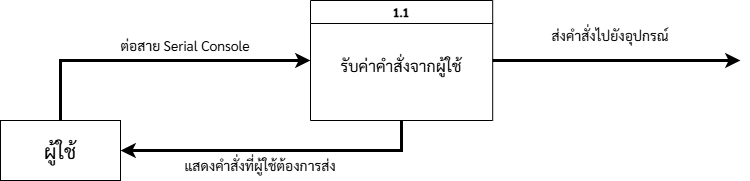
Earlier version of the draw.io export Diagram/DFD/Data Flow Diagram Level 1 - 1.png (Minwatcharakorn/Project-CO-kddi). Source tidied: cells renumbered, new cells last; positions are measured from the earlier drawing's top-left corner, leaving out a move shared by most shapes. Its diagram source:
```xml
<mxGraphModel>
  <root>
    <mxCell id="0" />
    <mxCell id="1" parent="0" />
    <mxCell id="2" style="edgeStyle=orthogonalEdgeStyle;rounded=0;jettySize=auto;html=1;exitX=0.5;exitY=0;exitDx=0;exitDy=0;entryX=0;entryY=0.5;entryDx=0;entryDy=0;fontFamily=Sarabun;fontSource=https%3A%2F%2Ffonts.googleapis.com%2Fcss%3Ffamily%3DSarabun;strokeWidth=3;" parent="1" edge="1" source="8" target="3">
      <mxGeometry relative="1" as="geometry" />
    </mxCell>
    <mxCell id="3" value="1.1" style="swimlane;whiteSpace=wrap;html=1;fontFamily=Sarabun;fontSource=https%3A%2F%2Ffonts.googleapis.com%2Fcss%3Ffamily%3DSarabun;" parent="1" vertex="1">
      <mxGeometry x="310" width="182.2" height="120" as="geometry" />
    </mxCell>
    <mxCell id="4" value="รับค่าคำสั่ง&lt;span style=&quot;background-color: transparent; color: light-dark(rgb(0, 0, 0), rgb(255, 255, 255));&quot;&gt;จากผู้ใช้&lt;/span&gt;" style="text;html=1;align=center;verticalAlign=middle;whiteSpace=wrap;rounded=0;fontFamily=Sarabun;fontSource=https%3A%2F%2Ffonts.googleapis.com%2Fcss%3Ffamily%3DSarabun;fontSize=16;" parent="3" vertex="1">
      <mxGeometry x="11.9" y="50" width="158.4" height="30" as="geometry" />
    </mxCell>
    <mxCell id="5" value="ต่อสาย Serial Console" style="text;html=1;align=center;verticalAlign=middle;whiteSpace=wrap;rounded=0;fontFamily=Sarabun;fontSource=https%3A%2F%2Ffonts.googleapis.com%2Fcss%3Ffamily%3DSarabun;fontSize=14;" parent="1" vertex="1">
      <mxGeometry x="110" y="30" width="150" height="30" as="geometry" />
    </mxCell>
    <mxCell id="6" value="ส่งคำสั่งไปยังอุปกรณ์" style="text;html=1;align=center;verticalAlign=middle;whiteSpace=wrap;rounded=0;fontFamily=Sarabun;fontSource=https%3A%2F%2Ffonts.googleapis.com%2Fcss%3Ffamily%3DSarabun;fontSize=14;" parent="1" vertex="1">
      <mxGeometry x="540" y="20" width="140" height="30" as="geometry" />
    </mxCell>
    <mxCell id="7" style="group;" parent="1" vertex="1">
      <mxGeometry y="120" width="120" height="60" as="geometry" />
    </mxCell>
    <mxCell id="8" style="rounded=0;whiteSpace=wrap;html=1;points=[[0,0,0,0,0],[0,0.25,0,0,0],[0,0.5,0,0,0],[0,0.75,0,0,0],[0,1,0,0,0],[0.13,1,0,0,0],[0.25,0,0,0,0],[0.25,1,0,0,0],[0.38,1,0,0,0],[0.5,0,0,0,0],[0.5,1,0,0,0],[0.75,0,0,0,0],[0.75,1,0,0,0],[1,0,0,0,0],[1,0.25,0,0,0],[1,0.5,0,0,0],[1,0.75,0,0,0],[1,1,0,0,0]];fontFamily=Sarabun;fontSource=https%3A%2F%2Ffonts.googleapis.com%2Fcss%3Ffamily%3DSarabun;" parent="7" vertex="1">
      <mxGeometry width="120" height="60" as="geometry" />
    </mxCell>
    <mxCell id="9" value="&lt;font style=&quot;font-size: 20px;&quot;&gt;ผู้ใช้&lt;/font&gt;" style="text;html=1;align=center;verticalAlign=middle;whiteSpace=wrap;rounded=0;fontFamily=Sarabun;fontSource=https%3A%2F%2Ffonts.googleapis.com%2Fcss%3Ffamily%3DSarabun;" parent="7" vertex="1">
      <mxGeometry x="30" y="15" width="60" height="30" as="geometry" />
    </mxCell>
    <mxCell id="10" style="endArrow=classic;html=1;rounded=0;exitX=1;exitY=0.5;exitDx=0;exitDy=0;strokeWidth=3;" parent="1" edge="1" source="3">
      <mxGeometry relative="1" as="geometry">
        <mxPoint x="740" y="60" as="targetPoint" />
      </mxGeometry>
    </mxCell>
    <mxCell id="11" style="edgeStyle=orthogonalEdgeStyle;rounded=0;jettySize=auto;html=1;exitX=0.5;exitY=1;exitDx=0;exitDy=0;entryX=1;entryY=0.5;entryDx=0;entryDy=0;fontFamily=Sarabun;fontSource=https%3A%2F%2Ffonts.googleapis.com%2Fcss%3Ffamily%3DSarabun;entryPerimeter=0;strokeWidth=3;" parent="1" edge="1" source="3" target="8">
      <mxGeometry relative="1" as="geometry" />
    </mxCell>
    <mxCell id="12" value="แสดงคำสั่งที่ผู้ใช้ต้องการส่ง" style="text;html=1;align=center;verticalAlign=middle;whiteSpace=wrap;rounded=0;fontFamily=Sarabun;fontSource=https%3A%2F%2Ffonts.googleapis.com%2Fcss%3Ffamily%3DSarabun;fontSize=14;" parent="1" vertex="1">
      <mxGeometry x="180" y="150" width="160" height="30" as="geometry" />
    </mxCell>
  </root>
</mxGraphModel>
```
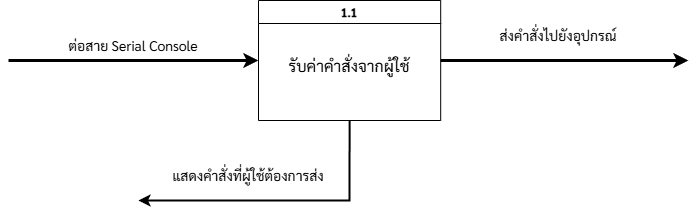
After the change.

What changed in the source:
```diff
@@ -2,8 +2,13 @@
   <root>
     <mxCell id="0" />
     <mxCell id="1" parent="0" />
-    <mxCell id="2" style="edgeStyle=orthogonalEdgeStyle;rounded=0;jettySize=auto;html=1;exitX=0.5;exitY=0;exitDx=0;exitDy=0;entryX=0;entryY=0.5;entryDx=0;entryDy=0;fontFamily=Sarabun;fontSource=https%3A%2F%2Ffonts.googleapis.com%2Fcss%3Ffamily%3DSarabun;strokeWidth=3;" parent="1" edge="1" source="8" target="3">
-      <mxGeometry relative="1" as="geometry" />
+    <mxCell id="2" style="edgeStyle=orthogonalEdgeStyle;rounded=0;jettySize=auto;html=1;entryX=0;entryY=0.5;entryDx=0;entryDy=0;fontFamily=Sarabun;fontSource=https%3A%2F%2Ffonts.googleapis.com%2Fcss%3Ffamily%3DSarabun;strokeWidth=3;" parent="1" edge="1" target="3">
+      <mxGeometry relative="1" as="geometry">
+        <mxPoint x="60" y="60" as="sourcePoint" />
+        <Array as="points">
+          <mxPoint x="60" y="60" />
+        </Array>
+      </mxGeometry>
     </mxCell>
     <mxCell id="3" value="1.1" style="swimlane;whiteSpace=wrap;html=1;fontFamily=Sarabun;fontSource=https%3A%2F%2Ffonts.googleapis.com%2Fcss%3Ffamily%3DSarabun;" parent="1" vertex="1">
       <mxGeometry x="310" width="182.2" height="120" as="geometry" />
@@ -17,25 +22,21 @@
     <mxCell id="6" value="ส่งคำสั่งไปยังอุปกรณ์" style="text;html=1;align=center;verticalAlign=middle;whiteSpace=wrap;rounded=0;fontFamily=Sarabun;fontSource=https%3A%2F%2Ffonts.googleapis.com%2Fcss%3Ffamily%3DSarabun;fontSize=14;" parent="1" vertex="1">
       <mxGeometry x="540" y="20" width="140" height="30" as="geometry" />
     </mxCell>
-    <mxCell id="7" style="group;" parent="1" vertex="1">
-      <mxGeometry y="120" width="120" height="60" as="geometry" />
-    </mxCell>
-    <mxCell id="8" style="rounded=0;whiteSpace=wrap;html=1;points=[[0,0,0,0,0],[0,0.25,0,0,0],[0,0.5,0,0,0],[0,0.75,0,0,0],[0,1,0,0,0],[0.13,1,0,0,0],[0.25,0,0,0,0],[0.25,1,0,0,0],[0.38,1,0,0,0],[0.5,0,0,0,0],[0.5,1,0,0,0],[0.75,0,0,0,0],[0.75,1,0,0,0],[1,0,0,0,0],[1,0.25,0,0,0],[1,0.5,0,0,0],[1,0.75,0,0,0],[1,1,0,0,0]];fontFamily=Sarabun;fontSource=https%3A%2F%2Ffonts.googleapis.com%2Fcss%3Ffamily%3DSarabun;" parent="7" vertex="1">
-      <mxGeometry width="120" height="60" as="geometry" />
-    </mxCell>
-    <mxCell id="9" value="&lt;font style=&quot;font-size: 20px;&quot;&gt;ผู้ใช้&lt;/font&gt;" style="text;html=1;align=center;verticalAlign=middle;whiteSpace=wrap;rounded=0;fontFamily=Sarabun;fontSource=https%3A%2F%2Ffonts.googleapis.com%2Fcss%3Ffamily%3DSarabun;" parent="7" vertex="1">
-      <mxGeometry x="30" y="15" width="60" height="30" as="geometry" />
-    </mxCell>
     <mxCell id="10" style="endArrow=classic;html=1;rounded=0;exitX=1;exitY=0.5;exitDx=0;exitDy=0;strokeWidth=3;" parent="1" edge="1" source="3">
       <mxGeometry relative="1" as="geometry">
         <mxPoint x="740" y="60" as="targetPoint" />
       </mxGeometry>
     </mxCell>
-    <mxCell id="11" style="edgeStyle=orthogonalEdgeStyle;rounded=0;jettySize=auto;html=1;exitX=0.5;exitY=1;exitDx=0;exitDy=0;entryX=1;entryY=0.5;entryDx=0;entryDy=0;fontFamily=Sarabun;fontSource=https%3A%2F%2Ffonts.googleapis.com%2Fcss%3Ffamily%3DSarabun;entryPerimeter=0;strokeWidth=3;" parent="1" edge="1" source="3" target="8">
-      <mxGeometry relative="1" as="geometry" />
-    </mxCell>
     <mxCell id="12" value="แสดงคำสั่งที่ผู้ใช้ต้องการส่ง" style="text;html=1;align=center;verticalAlign=middle;whiteSpace=wrap;rounded=0;fontFamily=Sarabun;fontSource=https%3A%2F%2Ffonts.googleapis.com%2Fcss%3Ffamily%3DSarabun;fontSize=14;" parent="1" vertex="1">
-      <mxGeometry x="180" y="150" width="160" height="30" as="geometry" />
+      <mxGeometry x="220" y="160" width="160" height="30" as="geometry" />
     </mxCell>
+    <mxCell id="13" style="endArrow=classic;html=1;rounded=0;exitX=0.5;exitY=1;exitDx=0;exitDy=0;strokeWidth=2;" parent="1" edge="1" source="3">
+      <mxGeometry relative="1" as="geometry">
+        <mxPoint x="190" y="200" as="targetPoint" />
+        <Array as="points">
+          <mxPoint x="401" y="200" />
+        </Array>
+      </mxGeometry>
+    </mxCell>
   </root>
 </mxGraphModel>
```
